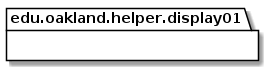
Above: docs/uml-class-diagrams/display01/helper/Display01HelperPackage_InternalDependencies.png in andrewdimmer/csi-3370-software-project (PlantUML), before the change. Its diagram source:
```plantuml
@startuml Display01HelperPackage_InternalDependencies

package edu.oakland.helper.display01 {

}

@enduml
```
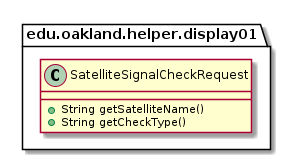
The same diagram one commit later.

The edit, as a diff of the source:
```diff
@@ -4,4 +4,13 @@
 
 }
 
+
+package edu.oakland.helper.display01 {
+    class SatelliteSignalCheckRequest {
+        + String getSatelliteName()
+        + String getCheckType()
+    }
+}
+
+
 @enduml
```
